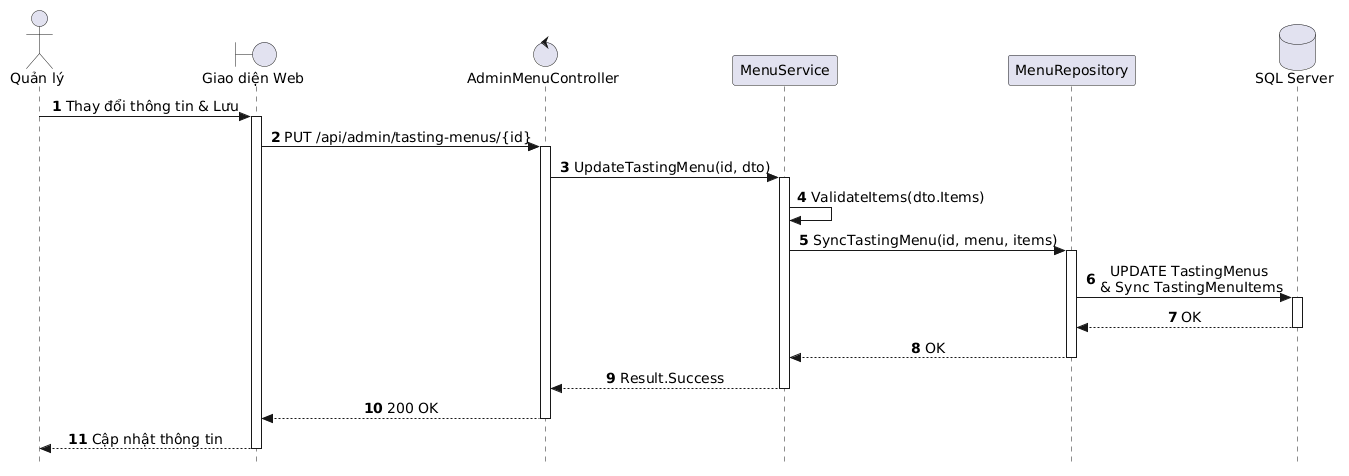
Before: out/docs/puml/sequences/SD_UC_A1_6_Update_SetMenu/SD_UC_A1_6_Update_SetMenu.png, a diagram exported from PlantUML (AndrewQng/VinDining). The source it was exported from:
```plantuml
@startuml
autonumber
skinparam style strictuml
skinparam sequenceMessageAlign center
skinparam responseMessageBelowArrow true
skinparam defaultFontName "Segoe UI", Arial, sans-serif
skinparam defaultFontSize 14

actor "Quản lý" as Manager
boundary "Giao diện Web" as UI
control "AdminMenuController" as Controller
participant "MenuService" as Service
participant "MenuRepository" as Repo
database "SQL Server" as DB

Manager -> UI: Thay đổi thông tin & Lưu
activate UI

UI -> Controller: PUT /api/admin/tasting-menus/{id}
activate Controller

Controller -> Service: UpdateTastingMenu(id, dto)
activate Service

Service -> Service: ValidateItems(dto.Items)

Service -> Repo: SyncTastingMenu(id, menu, items)
activate Repo

Repo -> DB: UPDATE TastingMenus \n& Sync TastingMenuItems
activate DB
DB --> Repo: OK
deactivate DB

Repo --> Service: OK
deactivate Repo

Service --> Controller: Result.Success
deactivate Service

Controller --> UI: 200 OK
deactivate Controller

UI --> Manager: Cập nhật thông tin
deactivate UI
@enduml
```
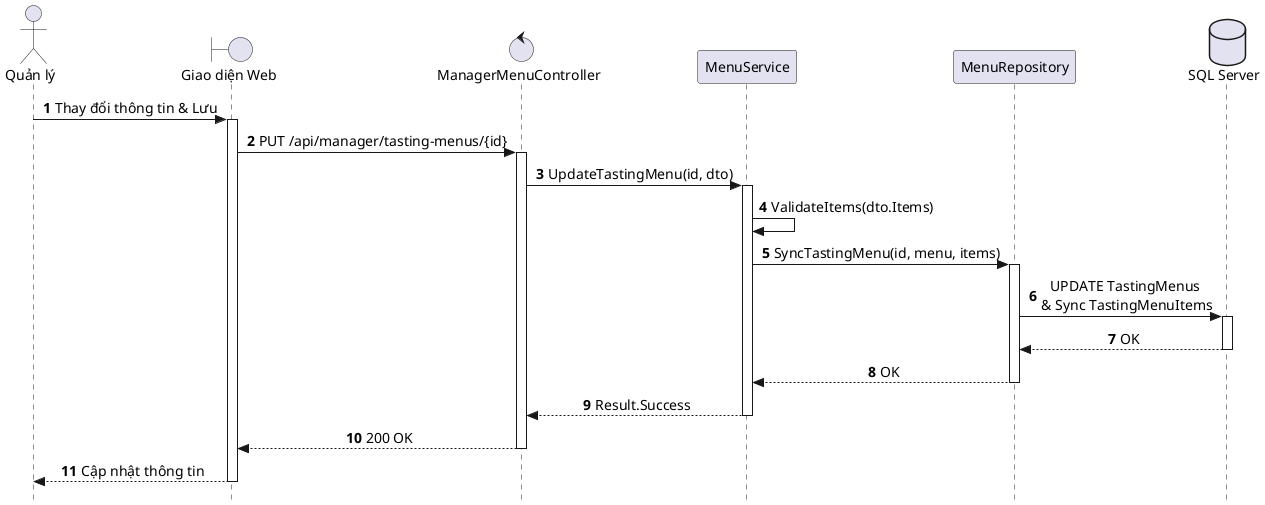
After the change.

Change to the diagram source:
```diff
@@ -1,4 +1,4 @@
-@startuml
+@startuml SD_UC_A1_6_Update_SetMenu
 autonumber
 skinparam style strictuml
 skinparam sequenceMessageAlign center
@@ -8,7 +8,7 @@
 
 actor "Quản lý" as Manager
 boundary "Giao diện Web" as UI
-control "AdminMenuController" as Controller
+control "ManagerMenuController" as Controller
 participant "MenuService" as Service
 participant "MenuRepository" as Repo
 database "SQL Server" as DB
@@ -16,7 +16,7 @@
 Manager -> UI: Thay đổi thông tin & Lưu
 activate UI
 
-UI -> Controller: PUT /api/admin/tasting-menus/{id}
+UI -> Controller: PUT /api/manager/tasting-menus/{id}
 activate Controller
 
 Controller -> Service: UpdateTastingMenu(id, dto)
@@ -43,4 +43,5 @@
 
 UI --> Manager: Cập nhật thông tin
 deactivate UI
+
 @enduml
```
